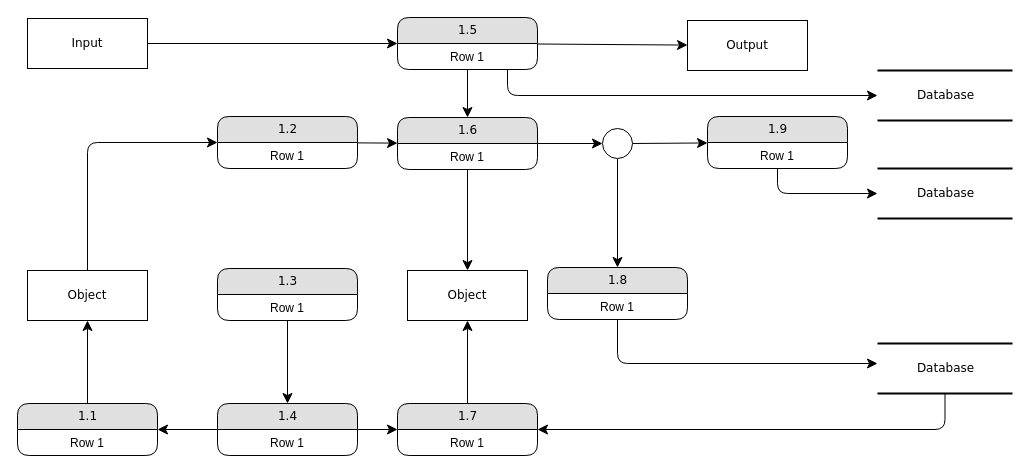
Earlier version of the draw.io diagram Untitled Diagram.drawio (PTLin84/THSR_api). Source tidied: cells renumbered, new cells numbered last; positions are measured from the earlier drawing's top-left corner, leaving out a move shared by most shapes. Both pictures are drawn from the tidied source at 100%, with x=0, y=0 at pixel (17, 17).
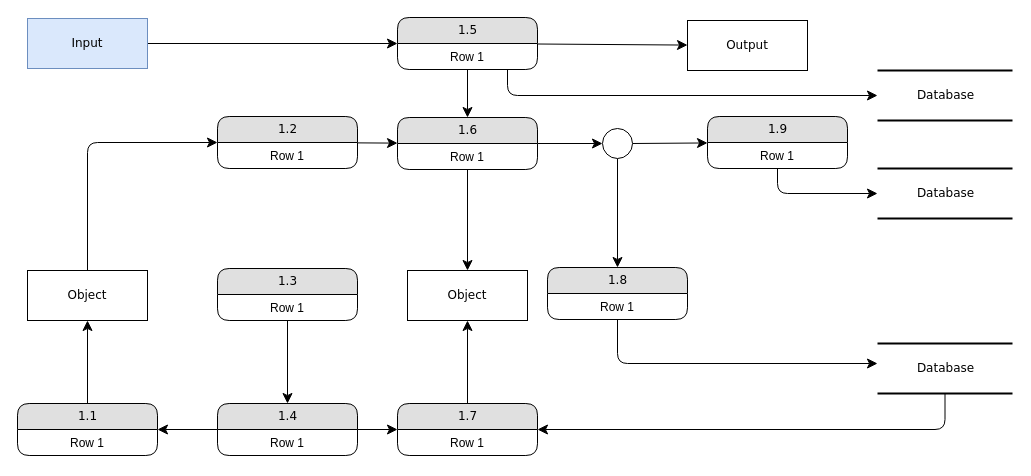
The same page after the edit.

What changed in the source:
```diff
@@
-    <mxCell id="6" value="Input" style="whiteSpace=wrap;html=1;rounded=0;shadow=0;comic=0;labelBackgroundColor=none;strokeWidth=1;fontFamily=Verdana;fontSize=12;align=center;" parent="1" vertex="1">
+    <mxCell id="6" value="Input" style="whiteSpace=wrap;html=1;rounded=0;shadow=0;comic=0;labelBackgroundColor=none;strokeWidth=1;fontFamily=Verdana;fontSize=12;align=center;fillColor=#dae8fc;strokeColor=#6c8ebf;" parent="1" vertex="1">
       <mxGeometry x="10" y="1" width="120" height="50" as="geometry" />
     </mxCell>
```
